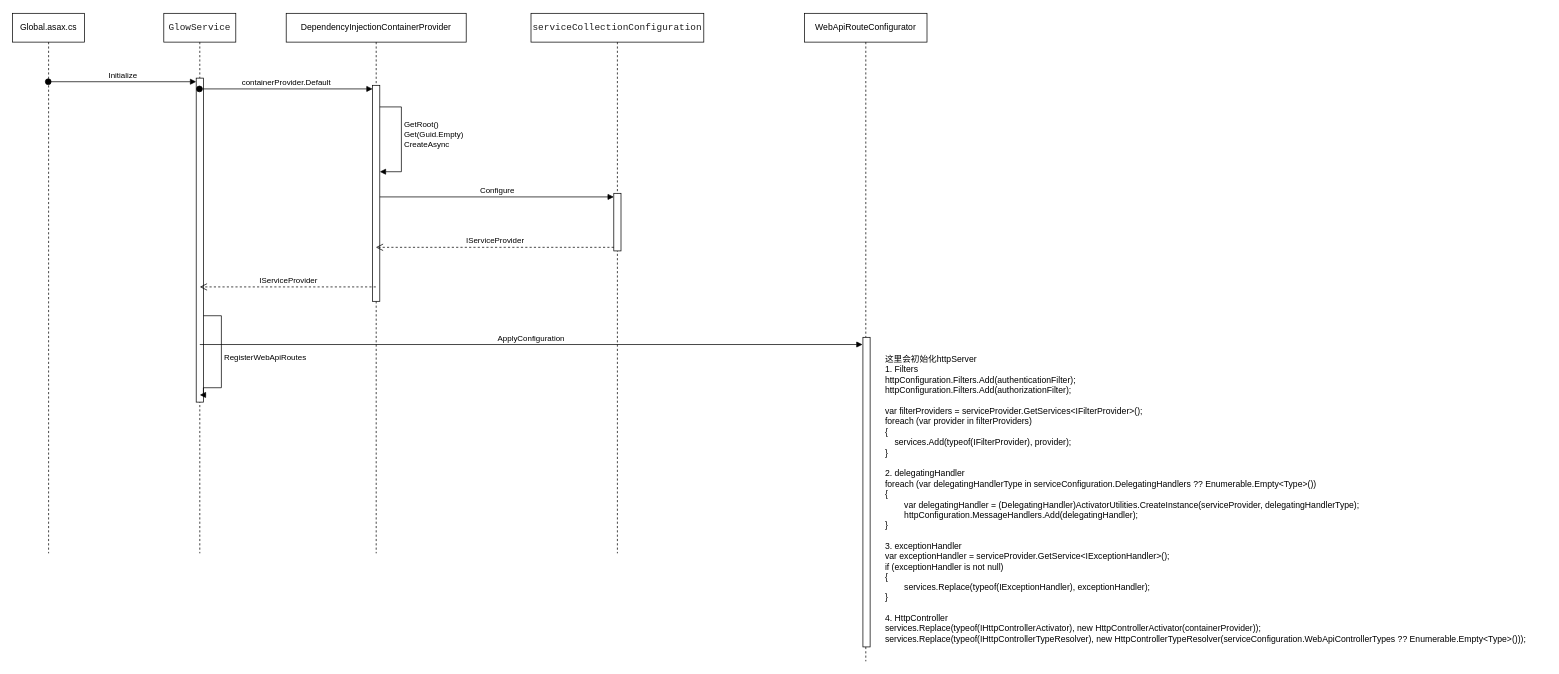
Earlier version of the draw.io diagram work/Startup Process of Glow Website.drawio (qiuping2/drawio). Source tidied: cells renumbered, new cells numbered last; positions are measured from the earlier drawing's top-left corner, leaving out a move shared by most shapes. Both pictures are drawn from the tidied source at 72%, with x=0, y=0 at pixel (12, 13).
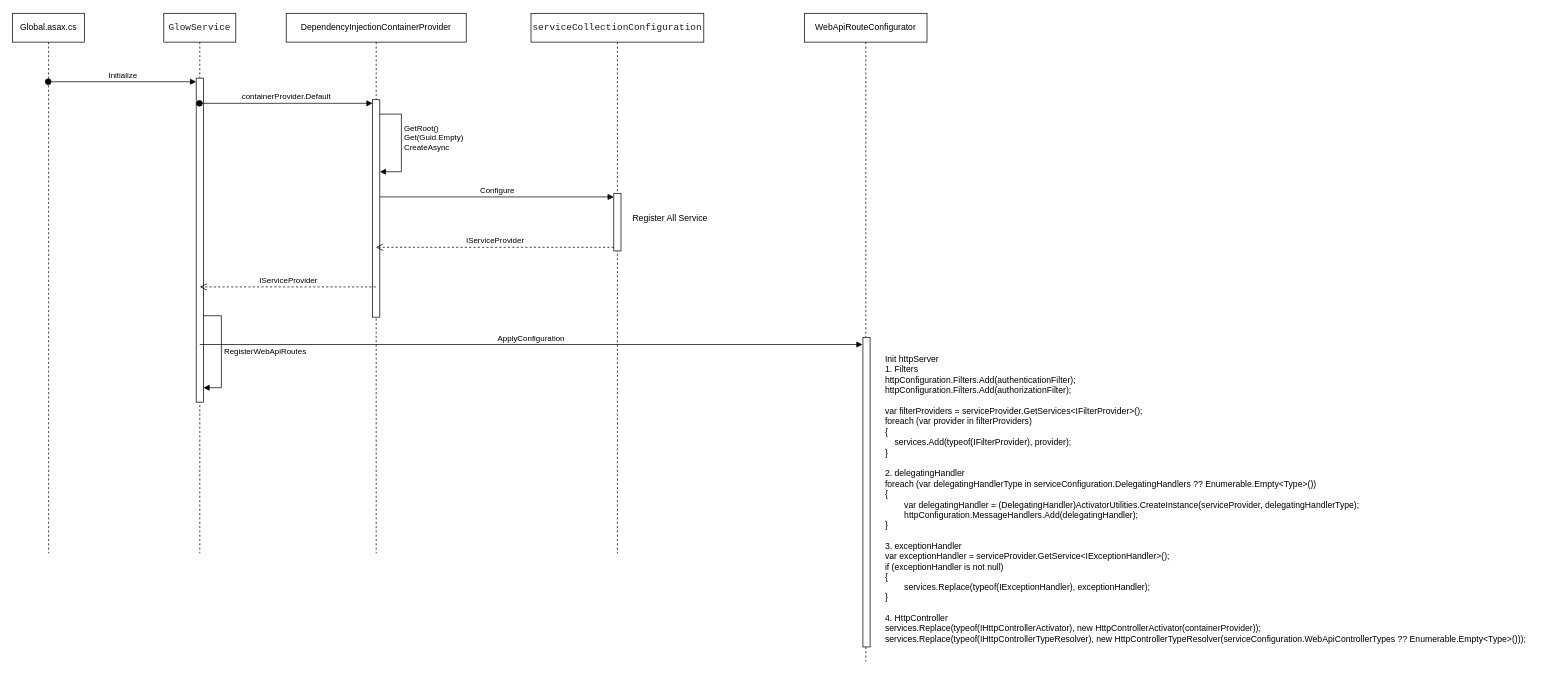
Above is the later version.

The change refers to these unchanged cells:
```xml
<mxCell id="3" value="&lt;div style=&quot;background-color:#ffffff;color:#202020&quot;&gt;&lt;pre style=&quot;font-family:'JetBrains Mono',monospace;font-size:9.8pt;&quot;&gt;GlowService&lt;/pre&gt;&lt;/div&gt;" style="shape=umlLifeline;perimeter=lifelinePerimeter;whiteSpace=wrap;html=1;outlineConnect=0;portConstraint=eastwest;newEdgeStyle={&quot;curved&quot;:0,&quot;rounded&quot;:0};" parent="1" vertex="1">
  <mxGeometry x="210" width="100" height="750" as="geometry" />
</mxCell>
<mxCell id="4" style="html=1;points=[[0,0,0,0,5],[0,1,0,0,-5],[1,0,0,0,5],[1,1,0,0,-5]];perimeter=orthogonalPerimeter;outlineConnect=0;targetShapes=umlLifeline;portConstraint=eastwest;newEdgeStyle={&quot;curved&quot;:0,&quot;rounded&quot;:0};" parent="3" vertex="1">
  <mxGeometry x="45" y="90" width="10" height="450" as="geometry" />
</mxCell>
<mxCell id="5" value="DependencyInjectionContainerProvider" style="shape=umlLifeline;perimeter=lifelinePerimeter;whiteSpace=wrap;html=1;outlineConnect=0;portConstraint=eastwest;newEdgeStyle={&quot;curved&quot;:0,&quot;rounded&quot;:0};" parent="1" vertex="1">
  <mxGeometry x="380" width="250" height="750" as="geometry" />
</mxCell>
```

Change to the diagram source:
```diff
@@
+    <mxCell id="15" value="RegisterWebApiRoutes" style="html=1;align=left;spacingLeft=2;endArrow=block;rounded=0;edgeStyle=orthogonalEdgeStyle;curved=0;rounded=0;" parent="3" edge="1" source="4" target="4">
+      <mxGeometry relative="1" as="geometry">
+        <Array as="points">
+          <mxPoint x="80" y="420" />
+          <mxPoint x="80" y="520" />
+        </Array>
+      </mxGeometry>
+    </mxCell>
@@
     <mxCell id="6" style="html=1;points=[[0,0,0,0,5],[0,1,0,0,-5],[1,0,0,0,5],[1,1,0,0,-5]];perimeter=orthogonalPerimeter;outlineConnect=0;targetShapes=umlLifeline;portConstraint=eastwest;newEdgeStyle={&quot;curved&quot;:0,&quot;rounded&quot;:0};" parent="5" vertex="1">
-      <mxGeometry x="120" y="100" width="10" height="300" as="geometry" />
+      <mxGeometry x="120" y="120" width="10" height="302" as="geometry" />
     </mxCell>
     <mxCell id="7" value="GetRoot()&lt;br&gt;Get(Guid.Empty)&lt;br&gt;CreateAsync&lt;div&gt;&lt;br/&gt;&lt;/div&gt;" style="html=1;align=left;spacingLeft=2;endArrow=block;rounded=0;edgeStyle=orthogonalEdgeStyle;curved=0;rounded=0;" parent="5" edge="1" source="6">
       <mxGeometry relative="1" as="geometry">
         <mxPoint x="130" y="220" as="targetPoint" />
         <Array as="points">
-          <mxPoint x="160" y="130" />
+          <mxPoint x="160" y="140" />
           <mxPoint x="160" y="220" />
         </Array>
       </mxGeometry>
     </mxCell>
@@
-    <mxCell id="11" value="containerProvider.Default" style="html=1;verticalAlign=bottom;startArrow=oval;endArrow=block;startSize=8;curved=0;rounded=0;entryX=0;entryY=0;entryDx=0;entryDy=5;" parent="1" edge="1" source="3" target="6">
-      <mxGeometry relative="1" as="geometry" />
+    <mxCell id="11" value="containerProvider.Default" style="html=1;verticalAlign=bottom;startArrow=oval;endArrow=block;startSize=8;curved=0;rounded=0;entryX=0;entryY=0;entryDx=0;entryDy=5;" parent="1" edge="1" target="6">
+      <mxGeometry relative="1" as="geometry">
+        <mxPoint x="259.5" y="125" as="sourcePoint" />
+      </mxGeometry>
     </mxCell>
@@
-    <mxCell id="15" value="RegisterWebApiRoutes" style="html=1;align=left;spacingLeft=2;endArrow=block;rounded=0;edgeStyle=orthogonalEdgeStyle;curved=0;rounded=0;" parent="1" edge="1" source="4">
-      <mxGeometry relative="1" as="geometry">
-        <mxPoint x="260" y="530" as="targetPoint" />
-        <Array as="points">
-          <mxPoint x="290" y="420" />
-          <mxPoint x="290" y="520" />
-          <mxPoint x="265" y="520" />
-          <mxPoint x="265" y="530" />
-        </Array>
-      </mxGeometry>
-    </mxCell>
@@
-    <mxCell id="19" value="&lt;div style=&quot;&quot;&gt;&lt;span style=&quot;background-color: transparent;&quot;&gt;&lt;span style=&quot;background-color: rgb(255, 255, 255);&quot;&gt;&lt;div style=&quot;&quot;&gt;这里会初始化httpServer&lt;/div&gt;&lt;div style=&quot;&quot;&gt;1. Filters&lt;/div&gt;&lt;div style=&quot;&quot;&gt;httpConfiguration.Filters.Add(authenticationFilter);&lt;/div&gt;&lt;div style=&quot;&quot;&gt;httpConfiguration.Filters.Add(authorizationFilter);&lt;/div&gt;&lt;div style=&quot;&quot;&gt;&lt;br&gt;&lt;/div&gt;&lt;div style=&quot;&quot;&gt;var filterProviders = serviceProvider.GetServices&amp;lt;IFilterProvider&amp;gt;();&lt;/div&gt;&lt;div style=&quot;&quot;&gt;foreach (var provider in filterProviders)&lt;/div&gt;&lt;div style=&quot;&quot;&gt;{&lt;/div&gt;&lt;div style=&quot;&quot;&gt;&amp;nbsp; &amp;nbsp; services.Add(typeof(IFilterProvider), provider);&lt;/div&gt;&lt;div style=&quot;&quot;&gt;}&lt;/div&gt;&lt;div style=&quot;&quot;&gt;&lt;br&gt;&lt;/div&gt;&lt;div style=&quot;&quot;&gt;2. delegatingHandler&lt;/div&gt;&lt;div style=&quot;&quot;&gt;foreach (var delegatingHandlerType in serviceConfiguration.DelegatingHandlers ?? Enumerable.Empty&amp;lt;Type&amp;gt;())&lt;/div&gt;&lt;div style=&quot;&quot;&gt;{&lt;/div&gt;&lt;div style=&quot;&quot;&gt;&lt;span style=&quot;white-space:pre&quot;&gt;&#9;&lt;/span&gt;var delegatingHandler = (DelegatingHandler)ActivatorUtilities.CreateInstance(serviceProvider, delegatingHandlerType);&lt;/div&gt;&lt;div style=&quot;&quot;&gt;&lt;span style=&quot;white-space:pre&quot;&gt;&#9;&lt;/span&gt;httpConfiguration.MessageHandlers.Add(delegatingHandler);&lt;/div&gt;&lt;div style=&quot;&quot;&gt;}&lt;/div&gt;&lt;div style=&quot;&quot;&gt;&lt;br&gt;&lt;/div&gt;&lt;div style=&quot;&quot;&gt;3. exceptionHandler&lt;/div&gt;&lt;div style=&quot;&quot;&gt;var exceptionHandler = serviceProvider.GetService&amp;lt;IExceptionHandler&amp;gt;();&lt;/div&gt;&lt;div style=&quot;&quot;&gt;if (exceptionHandler is not null)&lt;/div&gt;&lt;div style=&quot;&quot;&gt;{&lt;/div&gt;&lt;div style=&quot;&quot;&gt;&lt;span style=&quot;white-space:pre&quot;&gt;&#9;&lt;/span&gt;services.Replace(typeof(IExceptionHandler), exceptionHandler);&lt;/div&gt;&lt;div style=&quot;&quot;&gt;}&lt;br&gt;&lt;br&gt;4. HttpController&lt;br&gt;&lt;div&gt;services.Replace(typeof(IHttpControllerActivator), new HttpControllerActivator(containerProvider));&lt;/div&gt;&lt;div&gt;services.Replace(typeof(IHttpControllerTypeResolver), new HttpControllerTypeResolver(serviceConfiguration.WebApiControllerTypes ?? Enumerable.Empty&amp;lt;Type&amp;gt;()));&lt;/div&gt;&lt;/div&gt;&lt;/span&gt;&lt;/span&gt;&lt;/div&gt;" style="text;html=1;whiteSpace=wrap;strokeColor=none;fillColor=none;align=left;verticalAlign=middle;rounded=0;" parent="1" vertex="1">
+    <mxCell id="19" value="&lt;div style=&quot;&quot;&gt;&lt;span style=&quot;background-color: transparent;&quot;&gt;&lt;span style=&quot;background-color: rgb(255, 255, 255);&quot;&gt;&lt;div style=&quot;&quot;&gt;Init httpServer&lt;/div&gt;&lt;div style=&quot;&quot;&gt;1. Filters&lt;/div&gt;&lt;div style=&quot;&quot;&gt;httpConfiguration.Filters.Add(authenticationFilter);&lt;/div&gt;&lt;div style=&quot;&quot;&gt;httpConfiguration.Filters.Add(authorizationFilter);&lt;/div&gt;&lt;div style=&quot;&quot;&gt;&lt;br&gt;&lt;/div&gt;&lt;div style=&quot;&quot;&gt;var filterProviders = serviceProvider.GetServices&amp;lt;IFilterProvider&amp;gt;();&lt;/div&gt;&lt;div style=&quot;&quot;&gt;foreach (var provider in filterProviders)&lt;/div&gt;&lt;div style=&quot;&quot;&gt;{&lt;/div&gt;&lt;div style=&quot;&quot;&gt;&amp;nbsp; &amp;nbsp; services.Add(typeof(IFilterProvider), provider);&lt;/div&gt;&lt;div style=&quot;&quot;&gt;}&lt;/div&gt;&lt;div style=&quot;&quot;&gt;&lt;br&gt;&lt;/div&gt;&lt;div style=&quot;&quot;&gt;2. delegatingHandler&lt;/div&gt;&lt;div style=&quot;&quot;&gt;foreach (var delegatingHandlerType in serviceConfiguration.DelegatingHandlers ?? Enumerable.Empty&amp;lt;Type&amp;gt;())&lt;/div&gt;&lt;div style=&quot;&quot;&gt;{&lt;/div&gt;&lt;div style=&quot;&quot;&gt;&lt;span style=&quot;white-space:pre&quot;&gt;&#9;&lt;/span&gt;var delegatingHandler = (DelegatingHandler)ActivatorUtilities.CreateInstance(serviceProvider, delegatingHandlerType);&lt;/div&gt;&lt;div style=&quot;&quot;&gt;&lt;span style=&quot;white-space:pre&quot;&gt;&#9;&lt;/span&gt;httpConfiguration.MessageHandlers.Add(delegatingHandler);&lt;/div&gt;&lt;div style=&quot;&quot;&gt;}&lt;/div&gt;&lt;div style=&quot;&quot;&gt;&lt;br&gt;&lt;/div&gt;&lt;div style=&quot;&quot;&gt;3. exceptionHandler&lt;/div&gt;&lt;div style=&quot;&quot;&gt;var exceptionHandler = serviceProvider.GetService&amp;lt;IExceptionHandler&amp;gt;();&lt;/div&gt;&lt;div style=&quot;&quot;&gt;if (exceptionHandler is not null)&lt;/div&gt;&lt;div style=&quot;&quot;&gt;{&lt;/div&gt;&lt;div style=&quot;&quot;&gt;&lt;span style=&quot;white-space:pre&quot;&gt;&#9;&lt;/span&gt;services.Replace(typeof(IExceptionHandler), exceptionHandler);&lt;/div&gt;&lt;div style=&quot;&quot;&gt;}&lt;br&gt;&lt;br&gt;4. HttpController&lt;br&gt;&lt;div&gt;services.Replace(typeof(IHttpControllerActivator), new HttpControllerActivator(containerProvider));&lt;/div&gt;&lt;div&gt;services.Replace(typeof(IHttpControllerTypeResolver), new HttpControllerTypeResolver(serviceConfiguration.WebApiControllerTypes ?? Enumerable.Empty&amp;lt;Type&amp;gt;()));&lt;/div&gt;&lt;/div&gt;&lt;/span&gt;&lt;/span&gt;&lt;/div&gt;" style="text;html=1;whiteSpace=wrap;strokeColor=none;fillColor=none;align=left;verticalAlign=middle;rounded=0;" parent="1" vertex="1">
       <mxGeometry x="1210" y="460" width="920" height="430" as="geometry" />
     </mxCell>
+    <mxCell id="20" value="Register All Service&amp;nbsp;" style="text;html=1;whiteSpace=wrap;strokeColor=none;fillColor=none;align=center;verticalAlign=middle;rounded=0;" parent="1" vertex="1">
+      <mxGeometry x="840" y="270" width="150" height="30" as="geometry" />
+    </mxCell>
```
